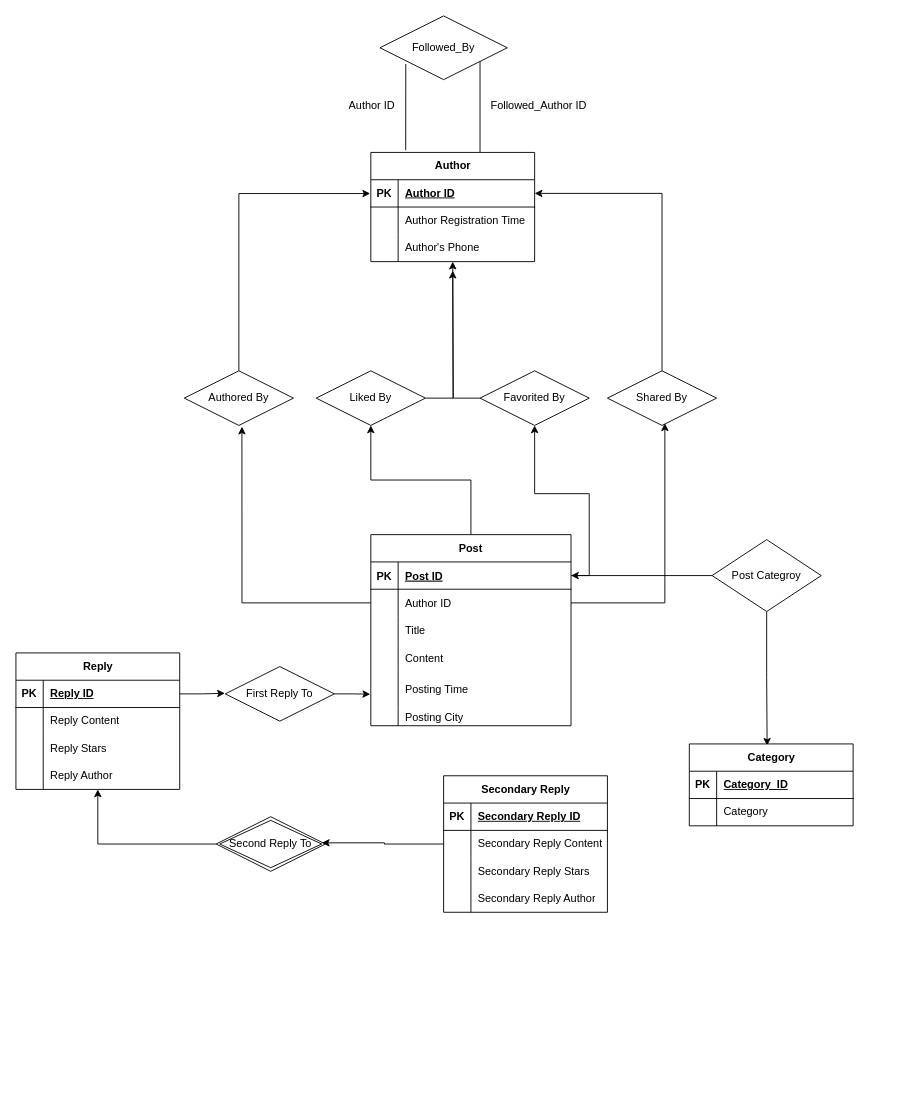
Above: page "Page-1" (2 of 2) of ER图.drawio in LN57421/CS307-DataBase (draw.io), before the change. Source tidied: cells renumbered, new cells numbered last; positions are measured from the earlier drawing's top-left corner, leaving out a move shared by most shapes. Both pictures are drawn from the tidied source at 91%, with x=0, y=0 at pixel (15, 15).
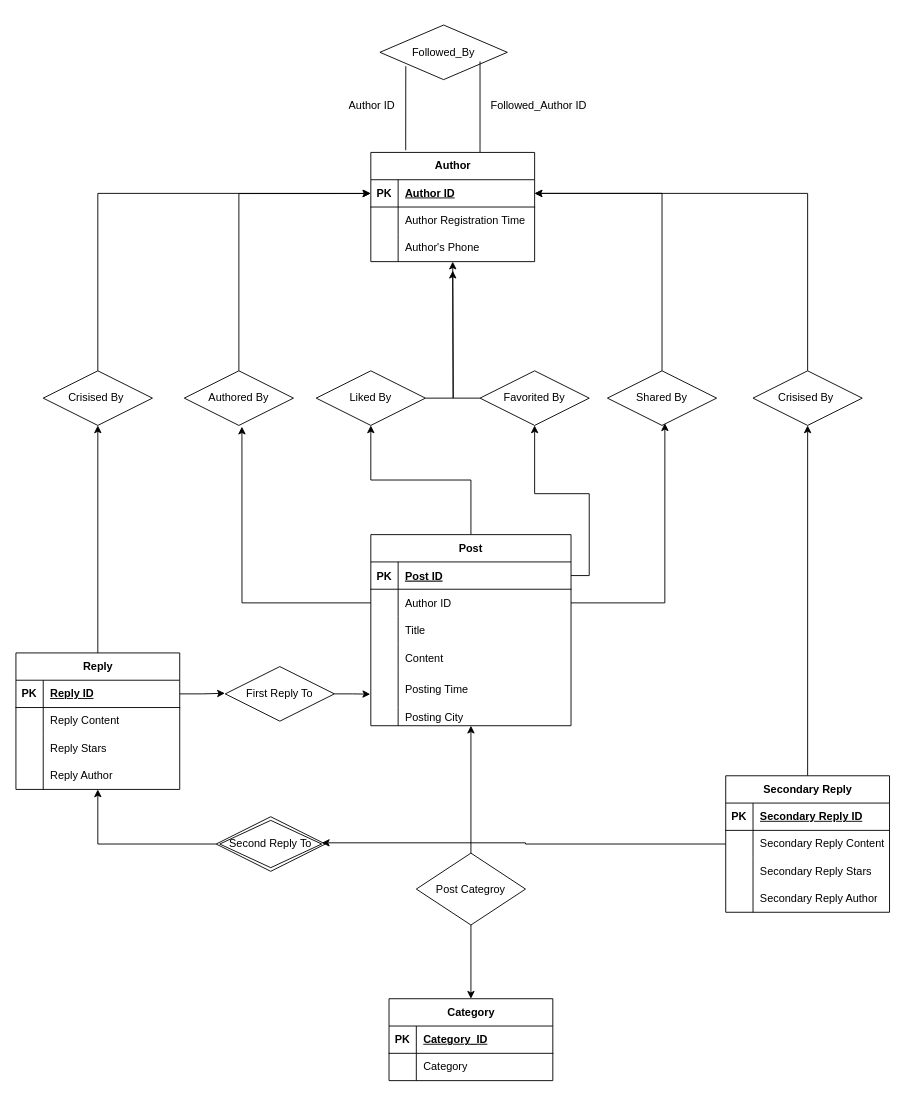
The same diagram, later.

The change refers to these unchanged cells:
```xml
<mxCell id="3" value="Post" style="shape=table;startSize=30;childLayout=tableLayout;rowLines=0;fontStyle=1;align=center;" parent="1" vertex="1">
  <mxGeometry x="390" y="570" width="220" height="210" as="geometry" />
</mxCell>
<mxCell id="4" style="shape=partialRectangle;fillColor=none;points=[[0,0.5],[1,0.5]];portConstraint=eastwest;top=0;left=0;right=0;bottom=1;" parent="3" vertex="1">
  <mxGeometry y="30" width="220" height="30" as="geometry" />
</mxCell>
<mxCell id="22" value="Reply" style="shape=table;startSize=30;childLayout=tableLayout;rowLines=0;fontStyle=1;align=center;html=1;" parent="1" vertex="1">
  <mxGeometry y="700" width="180" height="150" as="geometry" />
</mxCell>
<mxCell id="54" style="shape=tableRow;horizontal=0;startSize=0;swimlaneHead=0;swimlaneBody=0;fillColor=none;points=[[0,0.5],[1,0.5]];portConstraint=eastwest;top=0;left=0;right=0;bottom=1;" parent="53" vertex="1">
  <mxGeometry y="30" width="180" height="30" as="geometry" />
</mxCell>
```

Change to the diagram source:
```diff
@@
+    <mxCell id="90" style="edgeStyle=orthogonalEdgeStyle;rounded=0;jettySize=auto;html=1;entryX=0.5;entryY=1;entryDx=0;entryDy=0;entryPerimeter=0;" parent="1" edge="1" source="22" target="94">
+      <mxGeometry relative="1" as="geometry" />
+    </mxCell>
@@
+    <mxCell id="91" style="edgeStyle=orthogonalEdgeStyle;rounded=0;jettySize=auto;html=1;" parent="1" edge="1" source="35" target="96">
+      <mxGeometry relative="1" as="geometry" />
+    </mxCell>
     <mxCell id="35" value="Secondary Reply" style="shape=table;startSize=30;childLayout=tableLayout;rowLines=0;fontStyle=1;align=center;html=1;" parent="1" vertex="1">
-      <mxGeometry x="470" y="835" width="180" height="150" as="geometry" />
+      <mxGeometry x="780" y="835" width="180" height="150" as="geometry" />
     </mxCell>
@@
-    <mxCell id="48" style="edgeStyle=orthogonalEdgeStyle;rounded=0;jettySize=auto;html=1;exitX=0;exitY=0.5;exitDx=0;exitDy=0;entryX=1;entryY=0.5;entryDx=0;entryDy=0;" parent="1" edge="1" source="50" target="4">
-      <mxGeometry relative="1" as="geometry" />
-    </mxCell>
-    <mxCell id="49" style="edgeStyle=orthogonalEdgeStyle;rounded=0;jettySize=auto;html=1;entryX=0.475;entryY=0.022;entryDx=0;entryDy=0;entryPerimeter=0;" parent="1" edge="1" source="50" target="63">
+    <mxCell id="49" style="edgeStyle=orthogonalEdgeStyle;rounded=0;jettySize=auto;html=1;" parent="1" edge="1" source="50" target="63">
       <mxGeometry relative="1" as="geometry" />
     </mxCell>
+    <mxCell id="92" style="edgeStyle=orthogonalEdgeStyle;rounded=0;jettySize=auto;html=1;" parent="1" edge="1" source="50" target="3">
+      <mxGeometry relative="1" as="geometry" />
+    </mxCell>
     <mxCell id="50" value="Post Categroy" style="shape=rhombus;perimeter=rhombusPerimeter;whiteSpace=wrap;html=1;align=center;" parent="1" vertex="1">
-      <mxGeometry x="765" y="575.5" width="120" height="79" as="geometry" />
+      <mxGeometry x="440" y="920" width="120" height="79" as="geometry" />
     </mxCell>
@@
     <mxCell id="63" value="Category" style="shape=table;startSize=30;childLayout=tableLayout;rowLines=0;fontStyle=1;align=center;html=1;" parent="1" vertex="1">
-      <mxGeometry x="740" y="800" width="180" height="90" as="geometry" />
+      <mxGeometry x="410" y="1080" width="180" height="90" as="geometry" />
     </mxCell>
@@
     <mxCell id="84" value="Followed_By" style="shape=rhombus;perimeter=rhombusPerimeter;whiteSpace=wrap;html=1;align=center;" parent="1" vertex="1">
-      <mxGeometry x="400" width="140" height="70" as="geometry" />
+      <mxGeometry x="400" y="10" width="140" height="60" as="geometry" />
     </mxCell>
@@
+    <mxCell id="93" style="edgeStyle=orthogonalEdgeStyle;rounded=0;jettySize=auto;html=1;" parent="1" edge="1" source="94" target="54">
+      <mxGeometry relative="1" as="geometry" />
+    </mxCell>
+    <mxCell id="94" value="Crisised By&amp;nbsp;" style="shape=rhombus;perimeter=rhombusPerimeter;whiteSpace=wrap;html=1;align=center;" parent="1" vertex="1">
+      <mxGeometry x="30" y="390" width="120" height="60" as="geometry" />
+    </mxCell>
+    <mxCell id="95" style="edgeStyle=orthogonalEdgeStyle;rounded=0;jettySize=auto;html=1;" parent="1" edge="1" source="96" target="54">
+      <mxGeometry relative="1" as="geometry" />
+    </mxCell>
+    <mxCell id="96" value="Crisised By&amp;nbsp;" style="shape=rhombus;perimeter=rhombusPerimeter;whiteSpace=wrap;html=1;align=center;" parent="1" vertex="1">
+      <mxGeometry x="810" y="390" width="120" height="60" as="geometry" />
+    </mxCell>
```
